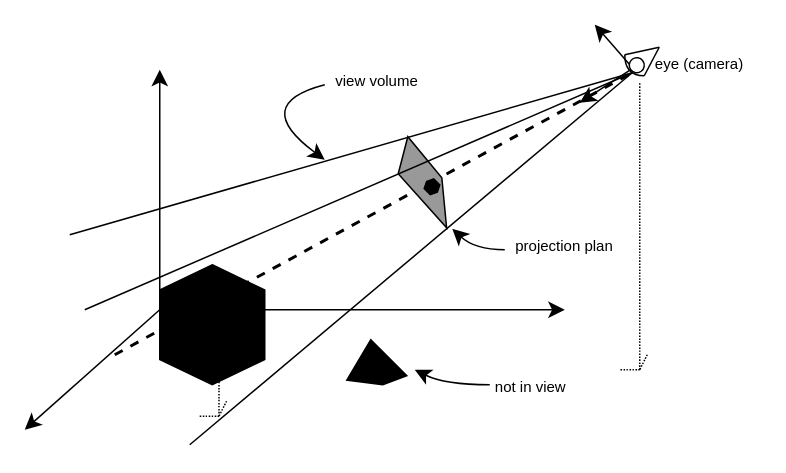
This is page "Page-1" (1 of 3) of working_files/eye_space.drawio from ericianni/cs450_redev, a draw.io file, before an edit. Source tidied: cells renumbered, new cells numbered last; positions are measured from the earlier drawing's top-left corner, leaving out a move shared by most shapes. Both pictures are drawn from the tidied source at 150%, with x=0, y=0 at pixel (24, 24).
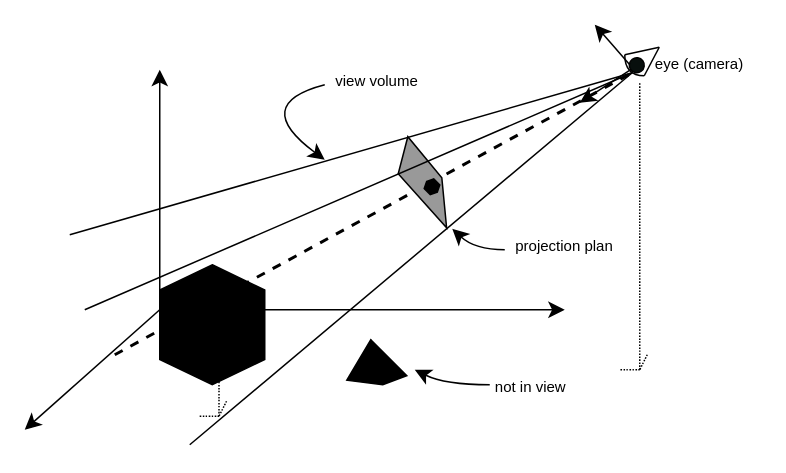
Above is the later version.

Unchanged cells that the change refers to:
```xml
<mxCell id="7" style="group;rotation=-36.7;" parent="1" vertex="1">
  <mxGeometry x="396" y="14" width="30" height="20" as="geometry" />
</mxCell>
```

What changed in the source:
```diff
@@
-    <mxCell id="13" style="ellipse;whiteSpace=wrap;html=1;fillColor=none;rotation=-36.7;" parent="7" vertex="1">
+    <mxCell id="13" style="ellipse;whiteSpace=wrap;html=1;fillColor=light-dark(#080F0D,#FFFFFF);rotation=-36.7;gradientColor=none;" parent="7" vertex="1">
       <mxGeometry x="7" y="8" width="10" height="10" as="geometry" />
     </mxCell>
```
